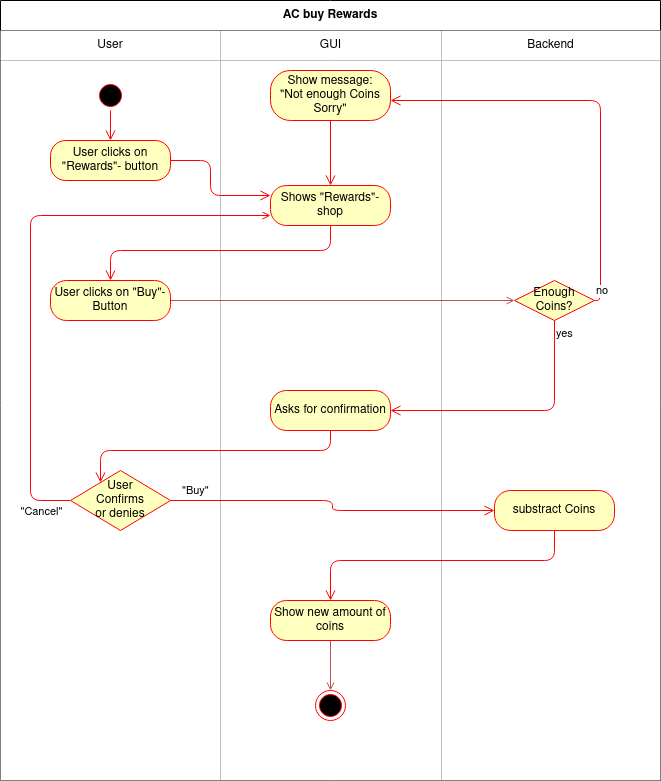
Earlier version of the draw.io export UseCases/PNGs/AC_Buy_Rewards.png (david2628/Work2Play). Source tidied: cells renumbered, new cells last; positions are measured from the earlier drawing's top-left corner, leaving out a move shared by most shapes.
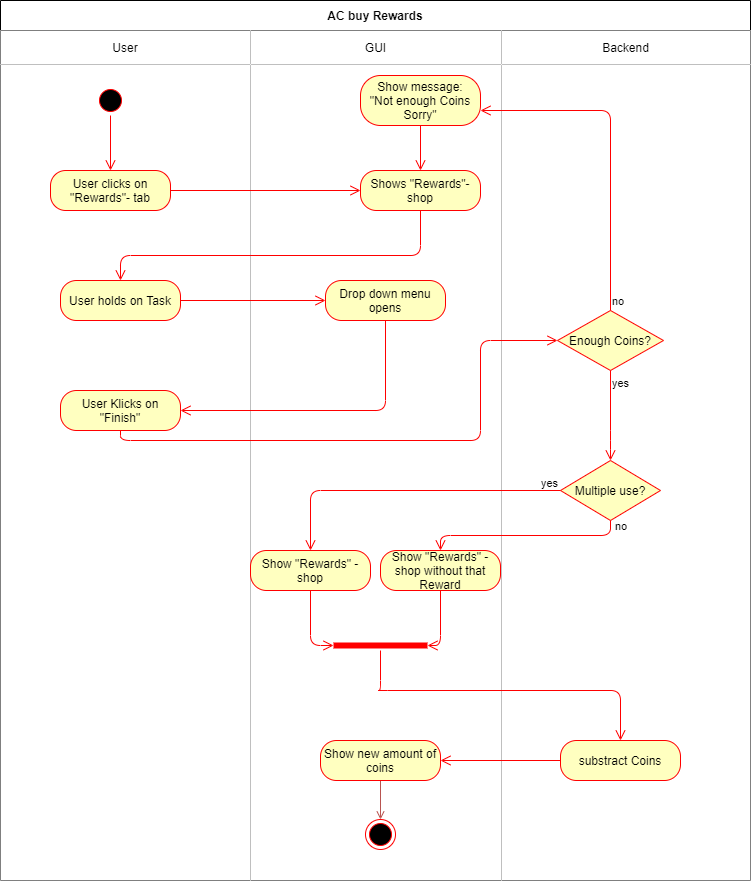
Above is the later version.

The edit, as a diff of the source:
```diff
@@ -3,39 +3,37 @@
     <mxCell id="0" />
     <mxCell id="1" parent="0" />
     <mxCell id="2" value="AC buy Rewards" style="shape=table;html=1;whiteSpace=wrap;startSize=30;fontStyle=1;align=center;" parent="1" vertex="1">
-      <mxGeometry width="660" height="780" as="geometry" />
+      <mxGeometry x="-100" y="-10" width="750" height="880" as="geometry" />
     </mxCell>
     <mxCell id="3" style="shape=partialRectangle;html=1;whiteSpace=wrap;fillColor=none;top=0;left=0;bottom=0;right=0;" parent="2" vertex="1">
-      <mxGeometry y="30" width="660" height="30" as="geometry" />
+      <mxGeometry y="30" width="750" height="34" as="geometry" />
     </mxCell>
     <mxCell id="4" value="User" style="shape=partialRectangle;html=1;whiteSpace=wrap;top=0;left=0;bottom=0;right=0;overflow=hidden;" parent="3" vertex="1">
-      <mxGeometry width="220" height="30" as="geometry" />
+      <mxGeometry width="250" height="34" as="geometry" />
     </mxCell>
     <mxCell id="5" value="GUI" style="shape=partialRectangle;html=1;whiteSpace=wrap;top=0;left=0;bottom=0;right=0;overflow=hidden;" parent="3" vertex="1">
-      <mxGeometry x="220" width="221" height="30" as="geometry" />
+      <mxGeometry x="250" width="251" height="34" as="geometry" />
     </mxCell>
     <mxCell id="6" value="Backend" style="shape=partialRectangle;html=1;whiteSpace=wrap;top=0;left=0;bottom=0;right=0;overflow=hidden;" parent="3" vertex="1">
-      <mxGeometry x="441" width="219" height="30" as="geometry" />
+      <mxGeometry x="501" width="249" height="34" as="geometry" />
     </mxCell>
     <mxCell id="7" style="shape=partialRectangle;html=1;whiteSpace=wrap;fillColor=none;top=0;left=0;bottom=0;right=0;" parent="2" vertex="1">
-      <mxGeometry y="60" width="660" height="720" as="geometry" />
+      <mxGeometry y="64" width="750" height="816" as="geometry" />
     </mxCell>
     <mxCell id="8" style="shape=partialRectangle;html=1;whiteSpace=wrap;top=0;left=0;bottom=0;right=0;overflow=hidden;" parent="7" vertex="1">
-      <mxGeometry width="220" height="720" as="geometry" />
+      <mxGeometry width="250" height="816" as="geometry" />
     </mxCell>
     <mxCell id="9" style="shape=partialRectangle;html=1;whiteSpace=wrap;top=0;left=0;bottom=0;right=0;overflow=hidden;" parent="7" vertex="1">
-      <mxGeometry x="220" width="221" height="720" as="geometry" />
+      <mxGeometry x="250" width="251" height="816" as="geometry" />
     </mxCell>
     <mxCell id="10" style="shape=partialRectangle;html=1;whiteSpace=wrap;top=0;left=0;bottom=0;right=0;overflow=hidden;" parent="7" vertex="1">
-      <mxGeometry x="441" width="219" height="720" as="geometry" />
+      <mxGeometry x="501" width="249" height="816" as="geometry" />
     </mxCell>
     <mxCell id="11" style="ellipse;html=1;shape=startState;fillColor=#000000;strokeColor=#ff0000;" parent="1" vertex="1">
-      <mxGeometry x="95" y="80" width="30" height="30" as="geometry" />
+      <mxGeometry x="-5" y="75" width="30" height="30" as="geometry" />
     </mxCell>
-    <mxCell id="12" style="edgeStyle=orthogonalEdgeStyle;html=1;verticalAlign=bottom;endArrow=open;endSize=8;strokeColor=#ff0000;" parent="1" edge="1" source="11">
-      <mxGeometry relative="1" as="geometry">
-        <mxPoint x="110" y="140" as="targetPoint" />
-      </mxGeometry>
+    <mxCell id="12" style="edgeStyle=orthogonalEdgeStyle;html=1;verticalAlign=bottom;endArrow=open;endSize=8;strokeColor=#ff0000;entryX=0.5;entryY=0;entryDx=0;entryDy=0;" parent="1" edge="1" source="11" target="14">
+      <mxGeometry relative="1" as="geometry" />
     </mxCell>
     <mxCell id="13" style="edgeStyle=orthogonalEdgeStyle;rounded=0;orthogonalLoop=1;jettySize=auto;html=1;exitX=0.5;exitY=1;exitDx=0;exitDy=0;" parent="1" edge="1">
       <mxGeometry relative="1" as="geometry">
@@ -43,107 +41,123 @@
         <mxPoint x="105" y="150" as="targetPoint" />
       </mxGeometry>
     </mxCell>
-    <mxCell id="14" value="User clicks on &quot;Rewards&quot;- button" style="rounded=1;whiteSpace=wrap;html=1;arcSize=38;fontColor=#000000;fillColor=#ffffc0;strokeColor=#ff0000;" parent="1" vertex="1">
-      <mxGeometry x="50" y="140" width="120" height="40" as="geometry" />
+    <mxCell id="14" value="User clicks on &quot;Rewards&quot;- tab" style="rounded=1;whiteSpace=wrap;html=1;arcSize=38;fontColor=#000000;fillColor=#ffffc0;strokeColor=#ff0000;" parent="1" vertex="1">
+      <mxGeometry x="-50" y="160" width="120" height="40" as="geometry" />
     </mxCell>
-    <mxCell id="15" style="edgeStyle=orthogonalEdgeStyle;html=1;verticalAlign=bottom;endArrow=open;endSize=8;strokeColor=#ff0000;entryX=0;entryY=0.25;entryDx=0;entryDy=0;" parent="1" edge="1" source="14" target="16">
-      <mxGeometry relative="1" as="geometry">
-        <Array as="points">
-          <mxPoint x="210" y="160" />
-          <mxPoint x="210" y="195" />
-        </Array>
-      </mxGeometry>
+    <mxCell id="15" style="edgeStyle=orthogonalEdgeStyle;html=1;verticalAlign=bottom;endArrow=open;endSize=8;strokeColor=#ff0000;entryX=0;entryY=0.5;entryDx=0;entryDy=0;" parent="1" edge="1" source="14" target="16">
+      <mxGeometry relative="1" as="geometry" />
     </mxCell>
     <mxCell id="16" value="Shows &quot;Rewards&quot;-shop" style="rounded=1;whiteSpace=wrap;html=1;arcSize=40;fontColor=#000000;fillColor=#ffffc0;strokeColor=#ff0000;" parent="1" vertex="1">
-      <mxGeometry x="270" y="185" width="120" height="40" as="geometry" />
+      <mxGeometry x="260" y="160" width="120" height="40" as="geometry" />
     </mxCell>
-    <mxCell id="17" style="edgeStyle=orthogonalEdgeStyle;html=1;verticalAlign=bottom;endArrow=open;endSize=8;strokeColor=#ff0000;entryX=0.5;entryY=0;entryDx=0;entryDy=0;" parent="1" edge="1" source="16" target="19">
+    <mxCell id="17" style="edgeStyle=orthogonalEdgeStyle;html=1;verticalAlign=bottom;endArrow=open;endSize=8;strokeColor=#ff0000;exitX=0.5;exitY=1;exitDx=0;exitDy=0;entryX=0.5;entryY=0;entryDx=0;entryDy=0;" parent="1" edge="1" source="16" target="36">
       <mxGeometry relative="1" as="geometry">
         <Array as="points">
-          <mxPoint x="330" y="250" />
-          <mxPoint x="110" y="250" />
+          <mxPoint x="320" y="245" />
+          <mxPoint x="20" y="245" />
         </Array>
       </mxGeometry>
     </mxCell>
-    <mxCell id="18" style="edgeStyle=orthogonalEdgeStyle;rounded=0;jettySize=auto;html=1;exitX=1;exitY=0.5;exitDx=0;exitDy=0;entryX=0;entryY=0.5;entryDx=0;entryDy=0;endArrow=open;endFill=0;fillColor=#f8cecc;strokeColor=#b85450;" parent="1" edge="1" source="19" target="31">
-      <mxGeometry relative="1" as="geometry" />
-    </mxCell>
-    <mxCell id="19" value="User clicks on &quot;Buy&quot;- Button" style="rounded=1;whiteSpace=wrap;html=1;arcSize=40;fontColor=#000000;fillColor=#ffffc0;strokeColor=#ff0000;" parent="1" vertex="1">
-      <mxGeometry x="50" y="280" width="120" height="40" as="geometry" />
-    </mxCell>
-    <mxCell id="20" value="Asks for confirmation" style="rounded=1;whiteSpace=wrap;html=1;arcSize=40;fontColor=#000000;fillColor=#ffffc0;strokeColor=#ff0000;" parent="1" vertex="1">
-      <mxGeometry x="270" y="390" width="120" height="40" as="geometry" />
-    </mxCell>
-    <mxCell id="21" style="edgeStyle=orthogonalEdgeStyle;html=1;verticalAlign=bottom;endArrow=open;endSize=8;strokeColor=#ff0000;" parent="1" edge="1" source="20" target="24">
-      <mxGeometry relative="1" as="geometry">
-        <Array as="points">
-          <mxPoint x="330" y="450" />
-          <mxPoint x="100" y="450" />
-        </Array>
-      </mxGeometry>
-    </mxCell>
-    <mxCell id="22" style="edgeStyle=orthogonalEdgeStyle;jettySize=auto;html=1;exitX=0;exitY=0.5;exitDx=0;exitDy=0;entryX=0;entryY=0.75;entryDx=0;entryDy=0;rounded=1;strokeColor=#FF0000;endArrow=open;endFill=0;" parent="1" edge="1" source="24" target="16">
-      <mxGeometry relative="1" as="geometry">
-        <Array as="points">
-          <mxPoint x="30" y="500" />
-          <mxPoint x="30" y="215" />
-        </Array>
-      </mxGeometry>
-    </mxCell>
-    <mxCell id="23" value="&quot;Cancel&quot;" style="edgeLabel;html=1;align=center;verticalAlign=middle;" parent="22" vertex="1">
-      <mxGeometry x="-0.96" y="-4" relative="1" as="geometry">
-        <mxPoint x="-19" y="14" as="offset" />
-      </mxGeometry>
-    </mxCell>
-    <mxCell id="24" value="User &lt;br&gt;Confirms&lt;br&gt;or denies" style="rhombus;whiteSpace=wrap;html=1;fillColor=#ffffc0;strokeColor=#ff0000;" parent="1" vertex="1">
-      <mxGeometry x="70" y="470" width="100" height="60" as="geometry" />
-    </mxCell>
-    <mxCell id="25" value="&quot;Buy&quot;" style="edgeStyle=orthogonalEdgeStyle;html=1;align=left;verticalAlign=bottom;endArrow=open;endSize=8;strokeColor=#ff0000;entryX=0;entryY=0.5;entryDx=0;entryDy=0;" parent="1" edge="1" source="24" target="26">
-      <mxGeometry x="-0.94" relative="1" as="geometry" />
-    </mxCell>
     <mxCell id="26" value="substract Coins" style="rounded=1;whiteSpace=wrap;html=1;arcSize=40;fontColor=#000000;fillColor=#ffffc0;strokeColor=#ff0000;" parent="1" vertex="1">
-      <mxGeometry x="494" y="490" width="120" height="40" as="geometry" />
+      <mxGeometry x="460" y="730" width="120" height="40" as="geometry" />
     </mxCell>
-    <mxCell id="27" style="edgeStyle=orthogonalEdgeStyle;html=1;verticalAlign=bottom;endArrow=open;endSize=8;strokeColor=#ff0000;entryX=0.5;entryY=0;entryDx=0;entryDy=0;" parent="1" edge="1" source="26" target="29">
-      <mxGeometry relative="1" as="geometry">
-        <Array as="points">
-          <mxPoint x="554" y="560" />
-          <mxPoint x="330" y="560" />
-        </Array>
-      </mxGeometry>
+    <mxCell id="27" style="edgeStyle=orthogonalEdgeStyle;html=1;verticalAlign=bottom;endArrow=open;endSize=8;strokeColor=#ff0000;entryX=1;entryY=0.5;entryDx=0;entryDy=0;" parent="1" edge="1" source="26" target="29">
+      <mxGeometry relative="1" as="geometry" />
     </mxCell>
     <mxCell id="28" style="edgeStyle=orthogonalEdgeStyle;rounded=0;jettySize=auto;html=1;exitX=0.5;exitY=1;exitDx=0;exitDy=0;entryX=0.5;entryY=0;entryDx=0;entryDy=0;fillColor=#f8cecc;strokeColor=#b85450;endArrow=open;endFill=0;" parent="1" edge="1" source="29" target="30">
       <mxGeometry relative="1" as="geometry" />
     </mxCell>
     <mxCell id="29" value="Show new amount of coins" style="rounded=1;whiteSpace=wrap;html=1;arcSize=40;fontColor=#000000;fillColor=#ffffc0;strokeColor=#ff0000;" parent="1" vertex="1">
-      <mxGeometry x="270" y="600" width="120" height="40" as="geometry" />
+      <mxGeometry x="220" y="730" width="120" height="40" as="geometry" />
     </mxCell>
     <mxCell id="30" style="ellipse;html=1;shape=endState;fillColor=#000000;strokeColor=#ff0000;" parent="1" vertex="1">
-      <mxGeometry x="315" y="690" width="30" height="30" as="geometry" />
+      <mxGeometry x="265" y="809" width="30" height="30" as="geometry" />
     </mxCell>
     <mxCell id="31" value="Enough Coins?" style="rhombus;whiteSpace=wrap;html=1;fillColor=#ffffc0;strokeColor=#ff0000;" parent="1" vertex="1">
-      <mxGeometry x="514" y="280" width="80" height="40" as="geometry" />
+      <mxGeometry x="457" y="300" width="106" height="60" as="geometry" />
     </mxCell>
     <mxCell id="32" value="no" style="edgeStyle=orthogonalEdgeStyle;html=1;align=left;verticalAlign=bottom;endArrow=open;endSize=8;strokeColor=#ff0000;" parent="1" edge="1" source="31" target="34">
       <mxGeometry x="-1" relative="1" as="geometry">
         <Array as="points">
-          <mxPoint x="600" y="300" />
-          <mxPoint x="600" y="100" />
+          <mxPoint x="510" y="100" />
         </Array>
       </mxGeometry>
     </mxCell>
-    <mxCell id="33" value="yes" style="edgeStyle=orthogonalEdgeStyle;html=1;align=left;verticalAlign=top;endArrow=open;endSize=8;strokeColor=#ff0000;entryX=1;entryY=0.5;entryDx=0;entryDy=0;" parent="1" edge="1" source="31" target="20">
-      <mxGeometry x="-1" relative="1" as="geometry">
-        <Array as="points">
-          <mxPoint x="554" y="410" />
-        </Array>
-      </mxGeometry>
-    </mxCell>
     <mxCell id="34" value="Show message:&lt;br&gt;&quot;Not enough Coins Sorry&quot;" style="rounded=1;whiteSpace=wrap;html=1;arcSize=40;fontColor=#000000;fillColor=#ffffc0;strokeColor=#ff0000;" parent="1" vertex="1">
-      <mxGeometry x="270" y="70" width="120" height="50" as="geometry" />
+      <mxGeometry x="260" y="65" width="120" height="50" as="geometry" />
     </mxCell>
     <mxCell id="35" style="edgeStyle=orthogonalEdgeStyle;html=1;verticalAlign=bottom;endArrow=open;endSize=8;strokeColor=#ff0000;" parent="1" edge="1" source="34" target="16">
       <mxGeometry relative="1" as="geometry" />
     </mxCell>
+    <mxCell id="36" value="User holds on Task" style="rounded=1;whiteSpace=wrap;html=1;arcSize=40;fontColor=#000000;fillColor=#ffffc0;strokeColor=#ff0000;" parent="1" vertex="1">
+      <mxGeometry x="-40" y="270" width="120" height="40" as="geometry" />
+    </mxCell>
+    <mxCell id="37" style="edgeStyle=orthogonalEdgeStyle;html=1;verticalAlign=bottom;endArrow=open;endSize=8;strokeColor=#ff0000;exitX=1;exitY=0.5;exitDx=0;exitDy=0;entryX=0;entryY=0.5;entryDx=0;entryDy=0;" parent="1" edge="1" source="36" target="38">
+      <mxGeometry relative="1" as="geometry" />
+    </mxCell>
+    <mxCell id="38" value="Drop down menu opens" style="rounded=1;whiteSpace=wrap;html=1;arcSize=40;fontColor=#000000;fillColor=#ffffc0;strokeColor=#ff0000;" parent="1" vertex="1">
+      <mxGeometry x="225" y="270" width="120" height="40" as="geometry" />
+    </mxCell>
+    <mxCell id="39" style="edgeStyle=orthogonalEdgeStyle;html=1;verticalAlign=bottom;endArrow=open;endSize=8;strokeColor=#ff0000;entryX=1;entryY=0.5;entryDx=0;entryDy=0;" parent="1" edge="1" source="38" target="40">
+      <mxGeometry relative="1" as="geometry">
+        <Array as="points">
+          <mxPoint x="285" y="400" />
+        </Array>
+      </mxGeometry>
+    </mxCell>
+    <mxCell id="40" value="User Klicks on &quot;Finish&quot;" style="rounded=1;whiteSpace=wrap;html=1;arcSize=40;fontColor=#000000;fillColor=#ffffc0;strokeColor=#ff0000;" parent="1" vertex="1">
+      <mxGeometry x="-40" y="380" width="120" height="40" as="geometry" />
+    </mxCell>
+    <mxCell id="41" style="edgeStyle=orthogonalEdgeStyle;html=1;verticalAlign=bottom;endArrow=open;endSize=8;strokeColor=#ff0000;exitX=0.5;exitY=1;exitDx=0;exitDy=0;entryX=0;entryY=0.5;entryDx=0;entryDy=0;" parent="1" edge="1" source="40" target="31">
+      <mxGeometry relative="1" as="geometry">
+        <Array as="points">
+          <mxPoint x="20" y="430" />
+          <mxPoint x="380" y="430" />
+          <mxPoint x="380" y="330" />
+        </Array>
+      </mxGeometry>
+    </mxCell>
+    <mxCell id="42" value="Show &quot;Rewards&quot; -shop" style="rounded=1;whiteSpace=wrap;html=1;arcSize=40;fontColor=#000000;fillColor=#ffffc0;strokeColor=#ff0000;" parent="1" vertex="1">
+      <mxGeometry x="150" y="540" width="120" height="40" as="geometry" />
+    </mxCell>
+    <mxCell id="43" style="edgeStyle=orthogonalEdgeStyle;html=1;verticalAlign=bottom;endArrow=open;endSize=8;strokeColor=#ff0000;entryX=0;entryY=0.5;entryDx=0;entryDy=0;entryPerimeter=0;" parent="1" edge="1" source="42" target="46">
+      <mxGeometry relative="1" as="geometry" />
+    </mxCell>
+    <mxCell id="44" value="Show &quot;Rewards&quot; -shop without that Reward" style="rounded=1;whiteSpace=wrap;html=1;arcSize=40;fontColor=#000000;fillColor=#ffffc0;strokeColor=#ff0000;" parent="1" vertex="1">
+      <mxGeometry x="280" y="540" width="120" height="40" as="geometry" />
+    </mxCell>
+    <mxCell id="45" style="edgeStyle=orthogonalEdgeStyle;html=1;verticalAlign=bottom;endArrow=open;endSize=8;strokeColor=#ff0000;entryX=1;entryY=0.5;entryDx=0;entryDy=0;entryPerimeter=0;" parent="1" edge="1" source="44" target="46">
+      <mxGeometry relative="1" as="geometry" />
+    </mxCell>
+    <mxCell id="46" style="shape=line;html=1;strokeWidth=6;strokeColor=#ff0000;" parent="1" vertex="1">
+      <mxGeometry x="233" y="630" width="94" height="10" as="geometry" />
+    </mxCell>
+    <mxCell id="47" style="edgeStyle=orthogonalEdgeStyle;html=1;verticalAlign=bottom;endArrow=open;endSize=8;strokeColor=#ff0000;exitX=0.5;exitY=1;exitDx=0;exitDy=0;exitPerimeter=0;entryX=0.5;entryY=0;entryDx=0;entryDy=0;" parent="1" edge="1" source="46" target="26">
+      <mxGeometry relative="1" as="geometry">
+        <Array as="points">
+          <mxPoint x="277" y="680" />
+          <mxPoint x="543" y="680" />
+        </Array>
+      </mxGeometry>
+    </mxCell>
+    <mxCell id="48" value="yes" style="edgeStyle=orthogonalEdgeStyle;html=1;align=left;verticalAlign=top;endArrow=open;endSize=8;strokeColor=#ff0000;exitX=0.5;exitY=1;exitDx=0;exitDy=0;entryX=0.5;entryY=0;entryDx=0;entryDy=0;" parent="1" edge="1" source="31" target="49">
+      <mxGeometry x="-1" relative="1" as="geometry">
+        <Array as="points">
+          <mxPoint x="510" y="430" />
+          <mxPoint x="510" y="430" />
+        </Array>
+      </mxGeometry>
+    </mxCell>
+    <mxCell id="49" value="Multiple use?" style="rhombus;whiteSpace=wrap;html=1;fillColor=#ffffc0;strokeColor=#ff0000;" parent="1" vertex="1">
+      <mxGeometry x="460" y="450" width="100" height="60" as="geometry" />
+    </mxCell>
+    <mxCell id="50" value="no" style="edgeStyle=orthogonalEdgeStyle;html=1;align=left;verticalAlign=bottom;endArrow=open;endSize=8;strokeColor=#ff0000;exitX=0.5;exitY=1;exitDx=0;exitDy=0;entryX=0.5;entryY=0;entryDx=0;entryDy=0;" parent="1" edge="1" source="49" target="44">
+      <mxGeometry x="-0.78" y="-10" relative="1" as="geometry">
+        <mxPoint x="10" y="10" as="offset" />
+      </mxGeometry>
+    </mxCell>
+    <mxCell id="51" value="yes" style="edgeStyle=orthogonalEdgeStyle;html=1;align=left;verticalAlign=top;endArrow=open;endSize=8;strokeColor=#ff0000;exitX=0;exitY=0.5;exitDx=0;exitDy=0;entryX=0.5;entryY=0;entryDx=0;entryDy=0;" parent="1" edge="1" source="49" target="42">
+      <mxGeometry x="-0.86" y="-20" relative="1" as="geometry" />
+    </mxCell>
   </root>
 </mxGraphModel>
```
